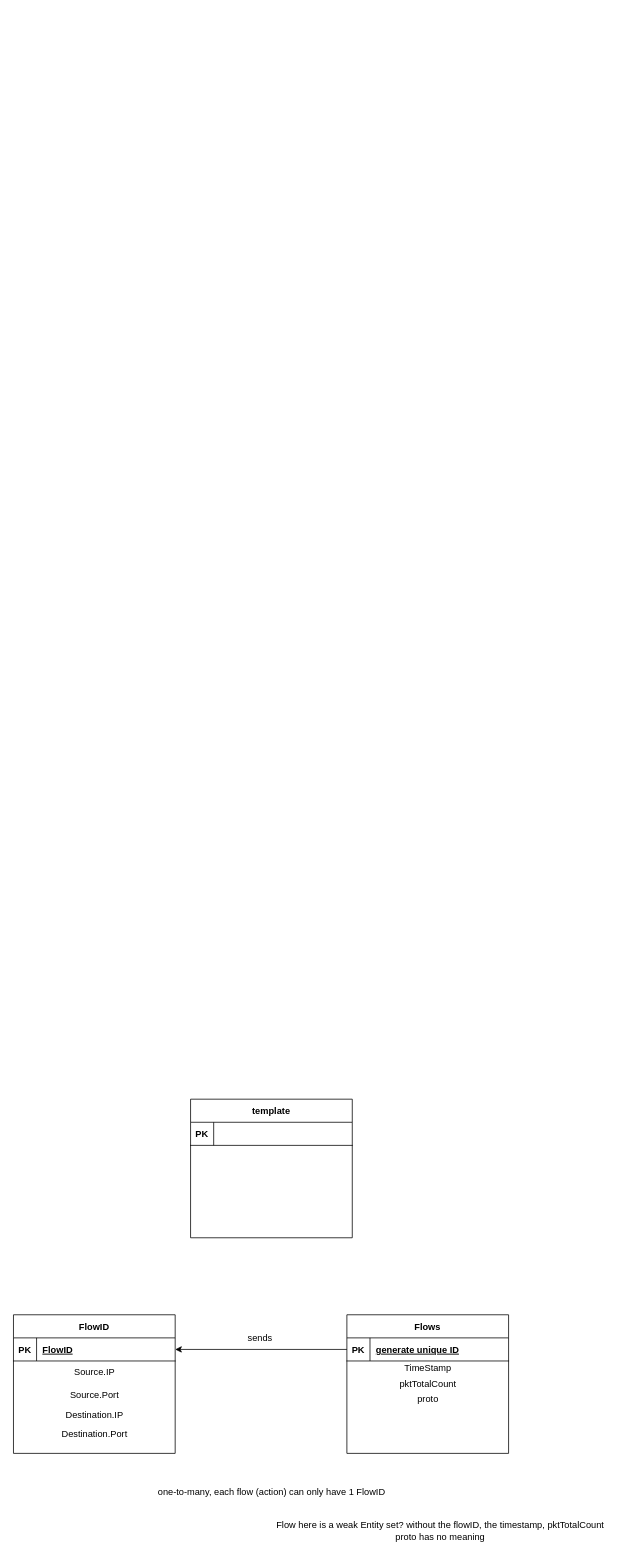
Earlier version of the draw.io diagram vince_ER.drawio (Amiralizim/Networking). Source tidied: cells renumbered, new cells numbered last; positions are measured from the earlier drawing's top-left corner, leaving out a move shared by most shapes. Both pictures are drawn from the tidied source at 77%, with x=0, y=0 at pixel (13, 1099).
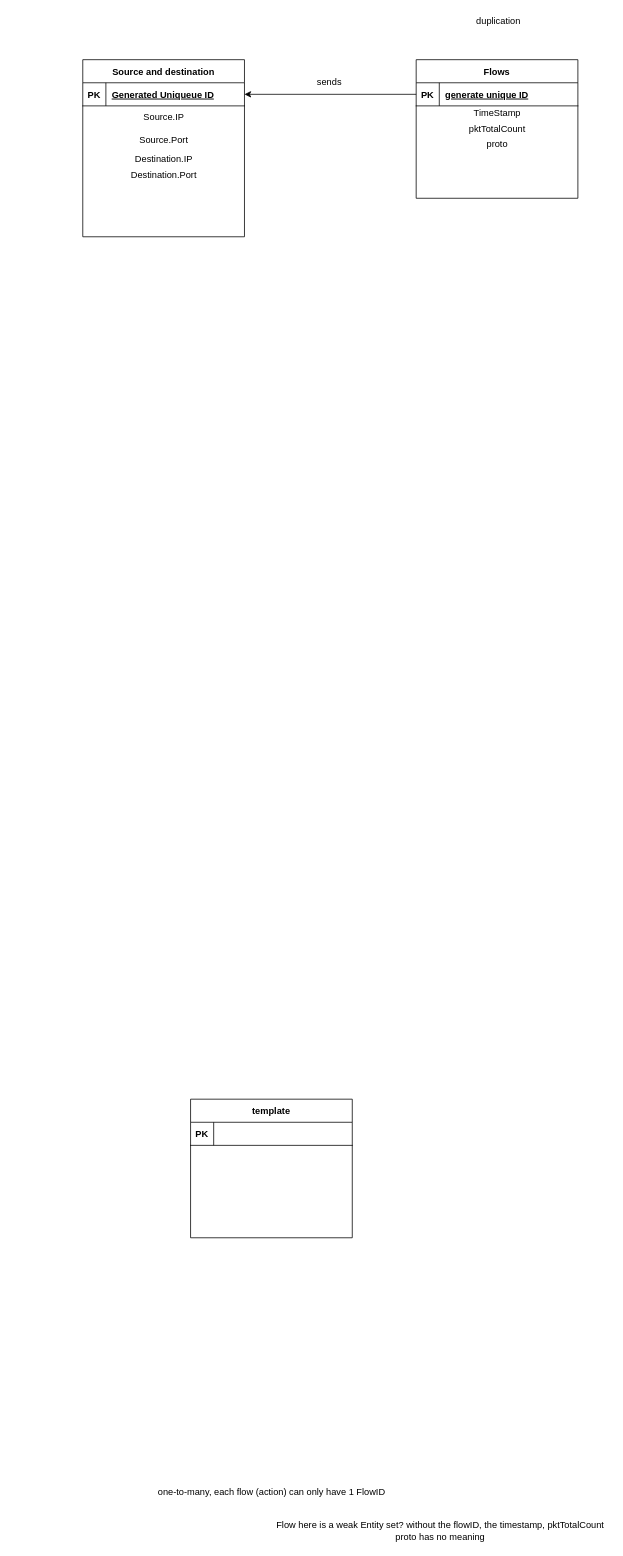
The same page after the edit.

Unchanged cells that the change refers to:
```xml
<mxCell id="3" style="shape=partialRectangle;fillColor=none;top=0;left=0;bottom=1;right=0;points=[[0,0.5],[1,0.5]];portConstraint=eastwest;" parent="2" vertex="1">
  <mxGeometry y="30" width="210" height="30" as="geometry" />
</mxCell>
```

The edit, as a diff of the source:
```diff
@@
-    <mxCell id="2" value="FlowID" style="shape=table;startSize=30;childLayout=tableLayout;rowLines=0;fontStyle=1;align=center;" parent="1" vertex="1">
-      <mxGeometry y="280" width="210" height="180" as="geometry" />
+    <mxCell id="2" value="Source and destination" style="shape=table;startSize=30;childLayout=tableLayout;rowLines=0;fontStyle=1;align=center;" parent="1" vertex="1">
+      <mxGeometry x="90" y="-1350" width="210" height="230" as="geometry" />
     </mxCell>
@@
-    <mxCell id="5" value="FlowID" style="shape=partialRectangle;fillColor=none;top=0;left=0;bottom=0;right=0;align=left;spacingLeft=6;fontStyle=5;overflow=hidden;" parent="3" vertex="1">
+    <mxCell id="5" value="Generated Uniqueue ID" style="shape=partialRectangle;fillColor=none;top=0;left=0;bottom=0;right=0;align=left;spacingLeft=6;fontStyle=5;overflow=hidden;" parent="3" vertex="1">
       <mxGeometry x="30" width="180" height="30" as="geometry" />
     </mxCell>
@@
-    <mxCell id="9" value="Destination.Port" style="text;html=1;align=center;verticalAlign=middle;" parent="2" vertex="1">
-      <mxGeometry y="140" width="210" height="30" as="geometry" />
+    <mxCell id="9" value="Destination.Port&lt;br&gt;" style="text;html=1;align=center;verticalAlign=middle;" parent="2" vertex="1">
+      <mxGeometry y="140" width="210" height="20" as="geometry" />
     </mxCell>
@@
     <mxCell id="14" value="Flows" style="shape=table;startSize=30;childLayout=tableLayout;rowLines=0;fontStyle=1;align=center;" parent="1" vertex="1">
-      <mxGeometry x="433" y="280" width="210" height="180" as="geometry" />
+      <mxGeometry x="523" y="-1350" width="210" height="180" as="geometry" />
     </mxCell>
@@
     <mxCell id="22" value="sends" style="text;html=1;align=center;verticalAlign=middle;" parent="1" vertex="1">
-      <mxGeometry x="295" y="300" width="50" height="20" as="geometry" />
+      <mxGeometry x="385" y="-1330" width="50" height="20" as="geometry" />
     </mxCell>
@@
+    <mxCell id="25" value="duplication" style="text;html=1;strokeColor=none;fillColor=none;align=center;verticalAlign=middle;whiteSpace=wrap;rounded=0;" parent="1" vertex="1">
+      <mxGeometry x="610" y="-1410" width="40" height="20" as="geometry" />
+    </mxCell>
```
